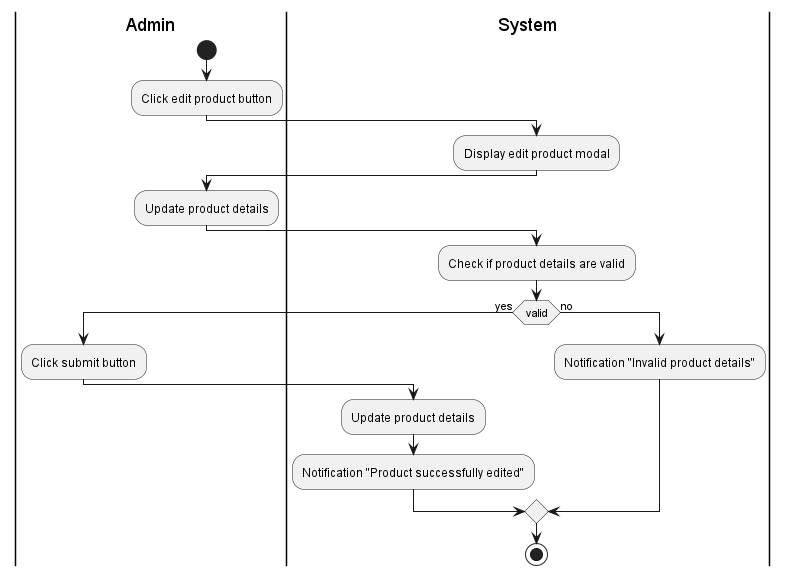
Above: Lab1/Lab1.2/Activity/img/Edit product.png in tuankietcoderr/SE357-Practice-class (PlantUML), before the change.
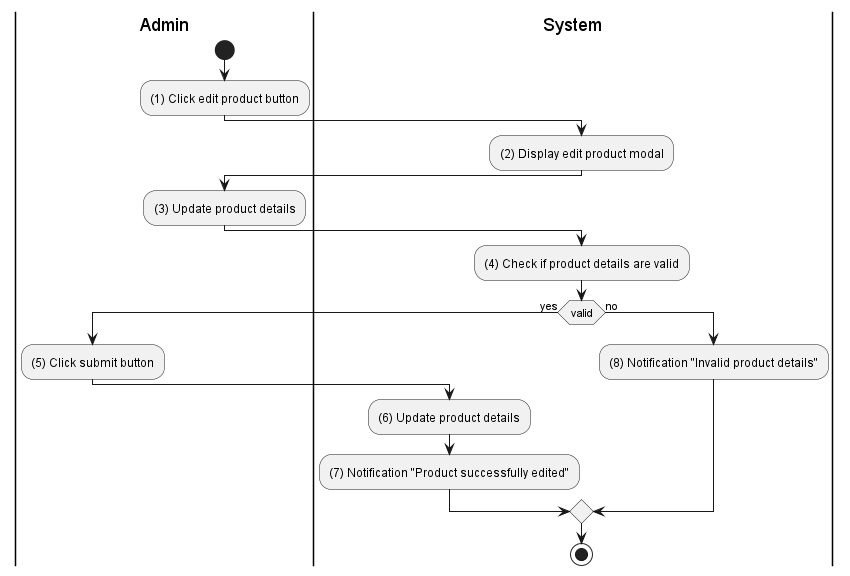
After the commit.

The edit, as a diff of the source:
```diff
@@ -1,22 +1,22 @@
 @startuml Edit product
 |Admin|
 start
-:Click edit product button;
+:(1) Click edit product button;
 |System|
-:Display edit product modal;
+:(2) Display edit product modal;
 |Admin|
-:Update product details;
+:(3) Update product details;
 |System|
-:Check if product details are valid;
+:(4) Check if product details are valid;
 if (valid) then (yes)
 |Admin|
-:Click submit button;
+:(5) Click submit button;
 |System|
-:Update product details;
-:Notification "Product successfully edited";
+:(6) Update product details;
+:(7) Notification "Product successfully edited";
 else (no)
 |System|
-:Notification "Invalid product details";
+:(8) Notification "Invalid product details";
 endif
 stop
 @enduml
```
